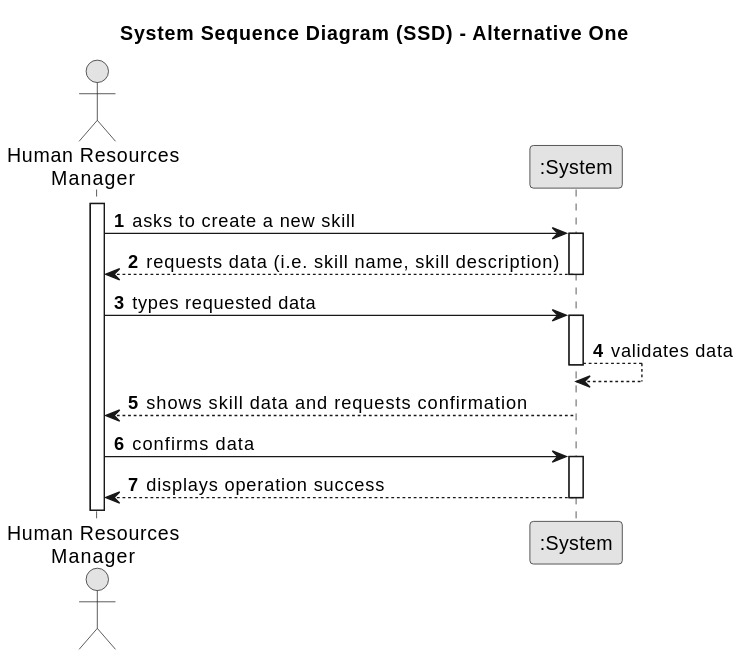
Paulo-Pereira-at-ISEP/lei-24-s2-1nanb-g321 keeps this PlantUML diagram as docs/sprintA/us01/01.requirements-engineering/svg/us01-system-sequence-diagram-alternative-one.svg. Above is the earlier version. The source it was exported from:
```plantuml
@startuml
skinparam monochrome true
skinparam packageStyle rectangle
skinparam shadowing false

title System Sequence Diagram (SSD) - Alternative One

autonumber

actor "Human Resources\nManager" as HRM
participant ":System" as System

activate HRM

    HRM -> System : asks to create a new skill
    activate System

        System --> HRM : requests data (i.e. skill name, skill description)
    deactivate System

    HRM -> System : types requested data
    activate System

        System --> System : validates data
    deactivate System

        System --> HRM : shows skill data and requests confirmation
    deactivate System

    HRM -> System : confirms data
    activate System

        System --> HRM : displays operation success
    deactivate System
@enduml
```
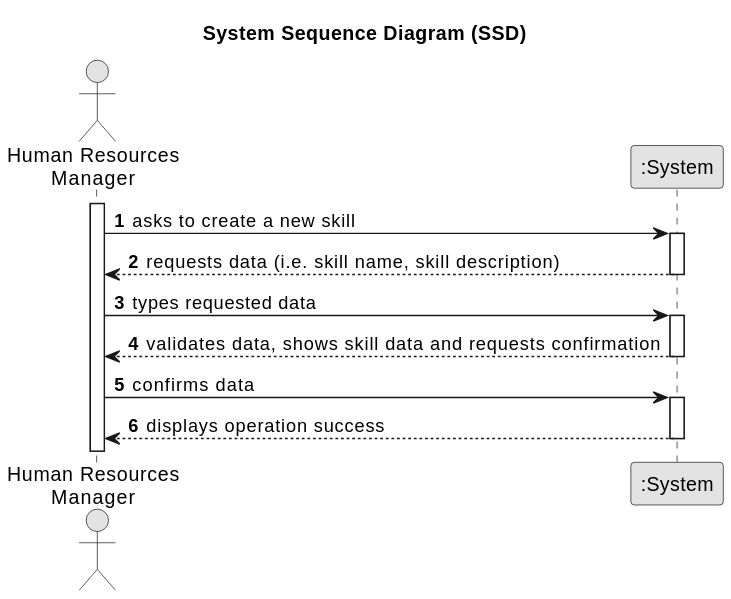
The same diagram one commit later.

What changed in the source:
```diff
@@ -3,7 +3,7 @@
 skinparam packageStyle rectangle
 skinparam shadowing false
 
-title System Sequence Diagram (SSD) - Alternative One
+title System Sequence Diagram (SSD)
 
 autonumber
 
@@ -21,10 +21,7 @@
     HRM -> System : types requested data
     activate System
 
-        System --> System : validates data
-    deactivate System
-
-        System --> HRM : shows skill data and requests confirmation
+        System --> HRM : validates data, shows skill data and requests confirmation
     deactivate System
 
     HRM -> System : confirms data
```
